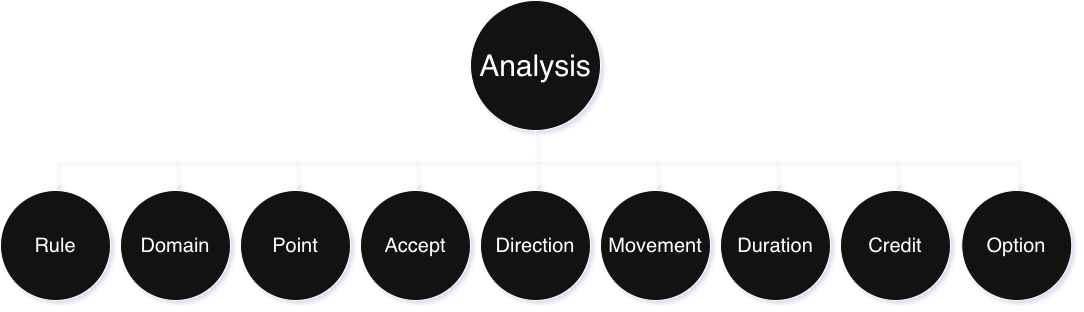
This is design/analysis.png from kashanimorteza/economy_document, a draw.io export, as it was before one commit. Source tidied: cells renumbered, new cells last; positions are measured from the earlier drawing's top-left corner, leaving out a move shared by most shapes.
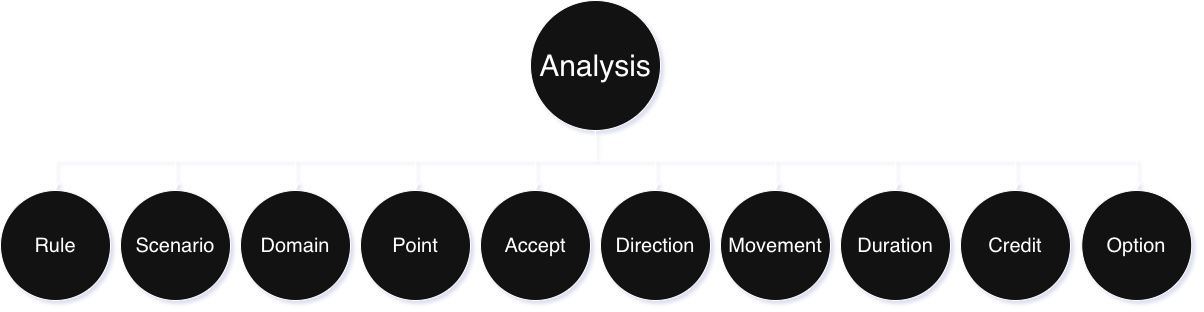
The same file after the commit.

Change to the diagram source:
```diff
@@ -9,7 +9,7 @@
       <mxGeometry relative="1" as="geometry" />
     </mxCell>
     <mxCell id="4" value="&lt;font style=&quot;font-size: 30px;&quot;&gt;Analysis&lt;/font&gt;" style="ellipse;whiteSpace=wrap;html=1;" parent="1" vertex="1">
-      <mxGeometry x="470" width="130" height="130" as="geometry" />
+      <mxGeometry x="410" width="130" height="130" as="geometry" />
     </mxCell>
     <mxCell id="5" value="Accept" style="ellipse;whiteSpace=wrap;html=1;fontSize=20;" parent="1" vertex="1">
       <mxGeometry x="360" y="190" width="110" height="110" as="geometry" />
@@ -53,11 +53,17 @@
     <mxCell id="18" style="edgeStyle=orthogonalEdgeStyle;rounded=0;jettySize=auto;html=1;strokeColor=default;align=center;verticalAlign=middle;fontFamily=Helvetica;fontSize=11;fontColor=default;labelBackgroundColor=default;endArrow=classic;exitX=0.5;exitY=1;exitDx=0;exitDy=0;" parent="1" edge="1" source="4" target="17">
       <mxGeometry relative="1" as="geometry" />
     </mxCell>
-    <mxCell id="19" value="Rule" style="ellipse;whiteSpace=wrap;html=1;fontSize=20;" parent="1" vertex="1">
+    <mxCell id="19" value="Scenario" style="ellipse;whiteSpace=wrap;html=1;fontSize=20;" parent="1" vertex="1">
       <mxGeometry y="190" width="110" height="110" as="geometry" />
     </mxCell>
     <mxCell id="20" style="rounded=0;jettySize=auto;html=1;exitX=0.5;exitY=1;exitDx=0;exitDy=0;edgeStyle=orthogonalEdgeStyle;" parent="1" edge="1" source="4" target="19">
       <mxGeometry relative="1" as="geometry" />
     </mxCell>
+    <mxCell id="21" value="Rule" style="ellipse;whiteSpace=wrap;html=1;fontSize=20;" parent="1" vertex="1">
+      <mxGeometry x="-120" y="190" width="110" height="110" as="geometry" />
+    </mxCell>
+    <mxCell id="22" style="rounded=0;jettySize=auto;html=1;exitX=0.5;exitY=1;exitDx=0;exitDy=0;edgeStyle=orthogonalEdgeStyle;" parent="1" edge="1" source="4" target="21">
+      <mxGeometry relative="1" as="geometry" />
+    </mxCell>
   </root>
 </mxGraphModel>
```
